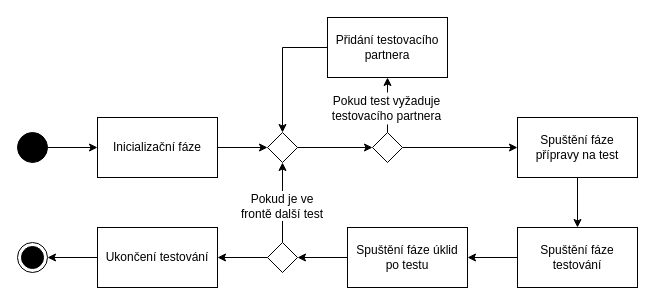
Earlier version of the draw.io diagram assets/img/src/servicestatediagram.drawio (wheeeper/bachelors-thesis). Source tidied: cells renumbered, new cells numbered last; positions are measured from the earlier drawing's top-left corner, leaving out a move shared by most shapes. Both pictures are drawn from the tidied source at 100%, with x=0, y=0 at pixel (17, 17).
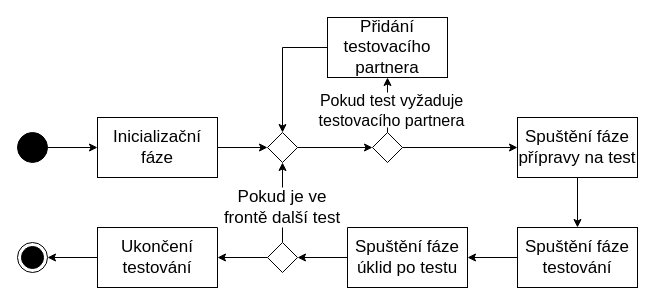
Above is the later version.

Diff of the diagram source:
```diff
@@
-    <mxCell id="2" style="edgeStyle=orthogonalEdgeStyle;rounded=0;jettySize=auto;html=1;entryX=0;entryY=0.5;entryDx=0;entryDy=0;" parent="1" edge="1" source="3" target="24">
+    <mxCell id="2" style="edgeStyle=orthogonalEdgeStyle;rounded=0;jettySize=auto;html=1;entryX=0;entryY=0.5;entryDx=0;entryDy=0;fontSize=17;" parent="1" edge="1" source="3" target="24">
       <mxGeometry relative="1" as="geometry" />
     </mxCell>
-    <mxCell id="3" value="Inicializační fáze" style="rounded=0;whiteSpace=wrap;html=1;" parent="1" vertex="1">
+    <mxCell id="3" value="Inicializační fáze" style="rounded=0;whiteSpace=wrap;html=1;fontSize=17;" parent="1" vertex="1">
       <mxGeometry x="80" y="100" width="120" height="60" as="geometry" />
     </mxCell>
-    <mxCell id="4" style="edgeStyle=orthogonalEdgeStyle;rounded=0;jettySize=auto;html=1;entryX=0.5;entryY=0;entryDx=0;entryDy=0;" parent="1" edge="1" source="5" target="7">
+    <mxCell id="4" style="edgeStyle=orthogonalEdgeStyle;rounded=0;jettySize=auto;html=1;entryX=0.5;entryY=0;entryDx=0;entryDy=0;fontSize=17;" parent="1" edge="1" source="5" target="7">
       <mxGeometry relative="1" as="geometry" />
     </mxCell>
-    <mxCell id="5" value="Spuštění fáze přípravy na test" style="rounded=0;whiteSpace=wrap;html=1;" parent="1" vertex="1">
+    <mxCell id="5" value="Spuštění fáze přípravy na test" style="rounded=0;whiteSpace=wrap;html=1;fontSize=17;" parent="1" vertex="1">
       <mxGeometry x="500" y="100" width="120" height="60" as="geometry" />
     </mxCell>
-    <mxCell id="6" style="edgeStyle=orthogonalEdgeStyle;rounded=0;jettySize=auto;html=1;entryX=1;entryY=0.5;entryDx=0;entryDy=0;" parent="1" edge="1" source="7" target="9">
+    <mxCell id="6" style="edgeStyle=orthogonalEdgeStyle;rounded=0;jettySize=auto;html=1;entryX=1;entryY=0.5;entryDx=0;entryDy=0;fontSize=17;" parent="1" edge="1" source="7" target="9">
       <mxGeometry relative="1" as="geometry" />
     </mxCell>
-    <mxCell id="7" value="Spuštění fáze testování" style="rounded=0;whiteSpace=wrap;html=1;" parent="1" vertex="1">
+    <mxCell id="7" value="Spuštění fáze testování" style="rounded=0;whiteSpace=wrap;html=1;fontSize=17;" parent="1" vertex="1">
       <mxGeometry x="500" y="210" width="120" height="60" as="geometry" />
     </mxCell>
-    <mxCell id="8" style="edgeStyle=orthogonalEdgeStyle;rounded=0;jettySize=auto;html=1;entryX=1;entryY=0.5;entryDx=0;entryDy=0;" parent="1" edge="1" source="9" target="15">
+    <mxCell id="8" style="edgeStyle=orthogonalEdgeStyle;rounded=0;jettySize=auto;html=1;entryX=1;entryY=0.5;entryDx=0;entryDy=0;fontSize=17;" parent="1" edge="1" source="9" target="15">
       <mxGeometry relative="1" as="geometry" />
     </mxCell>
-    <mxCell id="9" value="Spuštění fáze úklid po testu" style="rounded=0;whiteSpace=wrap;html=1;" parent="1" vertex="1">
+    <mxCell id="9" value="Spuštění fáze úklid po testu" style="rounded=0;whiteSpace=wrap;html=1;fontSize=17;" parent="1" vertex="1">
       <mxGeometry x="330" y="210" width="120" height="60" as="geometry" />
     </mxCell>
-    <mxCell id="10" style="edgeStyle=orthogonalEdgeStyle;rounded=0;jettySize=auto;html=1;entryX=1;entryY=0.5;entryDx=0;entryDy=0;" parent="1" edge="1" source="11" target="12">
+    <mxCell id="10" style="edgeStyle=orthogonalEdgeStyle;rounded=0;jettySize=auto;html=1;entryX=1;entryY=0.5;entryDx=0;entryDy=0;fontSize=17;" parent="1" edge="1" source="11" target="12">
       <mxGeometry relative="1" as="geometry" />
     </mxCell>
-    <mxCell id="11" value="Ukončení testování" style="rounded=0;whiteSpace=wrap;html=1;" parent="1" vertex="1">
+    <mxCell id="11" value="Ukončení testování" style="rounded=0;whiteSpace=wrap;html=1;fontSize=17;" parent="1" vertex="1">
       <mxGeometry x="80" y="210" width="120" height="60" as="geometry" />
     </mxCell>
-    <mxCell id="12" style="ellipse;html=1;shape=endState;fillColor=#000000;" parent="1" vertex="1">
+    <mxCell id="12" style="ellipse;html=1;shape=endState;fillColor=#000000;fontSize=17;" parent="1" vertex="1">
       <mxGeometry y="225" width="30" height="30" as="geometry" />
     </mxCell>
-    <mxCell id="13" style="edgeStyle=orthogonalEdgeStyle;rounded=0;jettySize=auto;html=1;entryX=1;entryY=0.5;entryDx=0;entryDy=0;" parent="1" edge="1" source="15" target="11">
+    <mxCell id="13" style="edgeStyle=orthogonalEdgeStyle;rounded=0;jettySize=auto;html=1;entryX=1;entryY=0.5;entryDx=0;entryDy=0;fontSize=17;" parent="1" edge="1" source="15" target="11">
       <mxGeometry relative="1" as="geometry" />
     </mxCell>
-    <mxCell id="14" style="edgeStyle=orthogonalEdgeStyle;rounded=0;jettySize=auto;html=1;entryX=0.5;entryY=1;entryDx=0;entryDy=0;" parent="1" edge="1" source="15" target="24">
+    <mxCell id="14" style="edgeStyle=orthogonalEdgeStyle;rounded=0;jettySize=auto;html=1;entryX=0.5;entryY=1;entryDx=0;entryDy=0;fontSize=17;" parent="1" edge="1" source="15" target="24">
       <mxGeometry relative="1" as="geometry" />
     </mxCell>
-    <mxCell id="15" style="rhombus;whiteSpace=wrap;html=1;strokeColor=#000000;" parent="1" vertex="1">
+    <mxCell id="15" style="rhombus;whiteSpace=wrap;html=1;strokeColor=#000000;fontSize=17;" parent="1" vertex="1">
       <mxGeometry x="250" y="225" width="30" height="30" as="geometry" />
     </mxCell>
-    <mxCell id="16" style="edgeStyle=orthogonalEdgeStyle;rounded=0;jettySize=auto;html=1;entryX=0;entryY=0.5;entryDx=0;entryDy=0;" parent="1" edge="1" source="17" target="3">
+    <mxCell id="16" style="edgeStyle=orthogonalEdgeStyle;rounded=0;jettySize=auto;html=1;entryX=0;entryY=0.5;entryDx=0;entryDy=0;fontSize=17;" parent="1" edge="1" source="17" target="3">
       <mxGeometry relative="1" as="geometry" />
     </mxCell>
-    <mxCell id="17" style="ellipse;whiteSpace=wrap;html=1;strokeColor=#000000;fillColor=#000000;" parent="1" vertex="1">
+    <mxCell id="17" style="ellipse;whiteSpace=wrap;html=1;strokeColor=#000000;fillColor=#000000;fontSize=17;" parent="1" vertex="1">
       <mxGeometry y="115" width="30" height="30" as="geometry" />
     </mxCell>
-    <mxCell id="18" style="edgeStyle=orthogonalEdgeStyle;rounded=0;jettySize=auto;html=1;entryX=0.5;entryY=0;entryDx=0;entryDy=0;" parent="1" edge="1" source="19" target="24">
+    <mxCell id="18" style="edgeStyle=orthogonalEdgeStyle;rounded=0;jettySize=auto;html=1;entryX=0.5;entryY=0;entryDx=0;entryDy=0;fontSize=17;" parent="1" edge="1" source="19" target="24">
       <mxGeometry relative="1" as="geometry" />
     </mxCell>
-    <mxCell id="19" value="Přidání testovacího partnera" style="rounded=0;whiteSpace=wrap;html=1;" parent="1" vertex="1">
+    <mxCell id="19" value="Přidání testovacího partnera" style="rounded=0;whiteSpace=wrap;html=1;fontSize=17;" parent="1" vertex="1">
       <mxGeometry x="310" width="120" height="60" as="geometry" />
     </mxCell>
-    <mxCell id="20" style="edgeStyle=orthogonalEdgeStyle;rounded=0;jettySize=auto;html=1;entryX=0.5;entryY=1;entryDx=0;entryDy=0;" parent="1" edge="1" source="22" target="19">
+    <mxCell id="20" style="edgeStyle=orthogonalEdgeStyle;rounded=0;jettySize=auto;html=1;entryX=0.5;entryY=1;entryDx=0;entryDy=0;fontSize=17;" parent="1" edge="1" source="22" target="19">
       <mxGeometry relative="1" as="geometry" />
     </mxCell>
-    <mxCell id="21" style="edgeStyle=orthogonalEdgeStyle;rounded=0;jettySize=auto;html=1;entryX=0;entryY=0.5;entryDx=0;entryDy=0;" parent="1" edge="1" source="22" target="5">
+    <mxCell id="21" style="edgeStyle=orthogonalEdgeStyle;rounded=0;jettySize=auto;html=1;entryX=0;entryY=0.5;entryDx=0;entryDy=0;fontSize=17;" parent="1" edge="1" source="22" target="5">
       <mxGeometry relative="1" as="geometry" />
     </mxCell>
-    <mxCell id="22" style="rhombus;whiteSpace=wrap;html=1;strokeColor=#000000;" parent="1" vertex="1">
+    <mxCell id="22" style="rhombus;whiteSpace=wrap;html=1;strokeColor=#000000;fontSize=17;" parent="1" vertex="1">
       <mxGeometry x="355" y="115" width="30" height="30" as="geometry" />
     </mxCell>
-    <mxCell id="23" style="edgeStyle=orthogonalEdgeStyle;rounded=0;jettySize=auto;html=1;entryX=0;entryY=0.5;entryDx=0;entryDy=0;" parent="1" edge="1" source="24" target="22">
+    <mxCell id="23" style="edgeStyle=orthogonalEdgeStyle;rounded=0;jettySize=auto;html=1;entryX=0;entryY=0.5;entryDx=0;entryDy=0;fontSize=17;" parent="1" edge="1" source="24" target="22">
       <mxGeometry relative="1" as="geometry" />
     </mxCell>
-    <mxCell id="24" style="rhombus;whiteSpace=wrap;html=1;strokeColor=#000000;" parent="1" vertex="1">
+    <mxCell id="24" style="rhombus;whiteSpace=wrap;html=1;strokeColor=#000000;fontSize=17;" parent="1" vertex="1">
       <mxGeometry x="250" y="115" width="30" height="30" as="geometry" />
     </mxCell>
-    <mxCell id="25" value="Pokud je ve frontě další test" style="text;html=1;strokeColor=none;align=center;verticalAlign=middle;whiteSpace=wrap;rounded=0;fillColor=#ffffff;" parent="1" vertex="1">
-      <mxGeometry x="220" y="173.5" width="90" height="30" as="geometry" />
+    <mxCell id="25" value="Pokud je ve frontě další test" style="text;html=1;strokeColor=none;align=center;verticalAlign=middle;whiteSpace=wrap;rounded=0;fillColor=#ffffff;fontSize=17;" parent="1" vertex="1">
+      <mxGeometry x="200" y="170" width="130" height="40" as="geometry" />
     </mxCell>
-    <mxCell id="26" value="Pokud test vyžaduje testovacího partnera" style="text;html=1;strokeColor=none;align=center;verticalAlign=middle;whiteSpace=wrap;rounded=0;fillColor=#ffffff;" parent="1" vertex="1">
-      <mxGeometry x="307" y="75" width="125" height="32" as="geometry" />
+    <mxCell id="26" value="Pokud test vyžaduje testovacího partnera" style="text;html=1;strokeColor=none;align=center;verticalAlign=middle;whiteSpace=wrap;rounded=0;fillColor=#ffffff;fontSize=16;" parent="1" vertex="1">
+      <mxGeometry x="269" y="75" width="211" height="35" as="geometry" />
     </mxCell>
```
